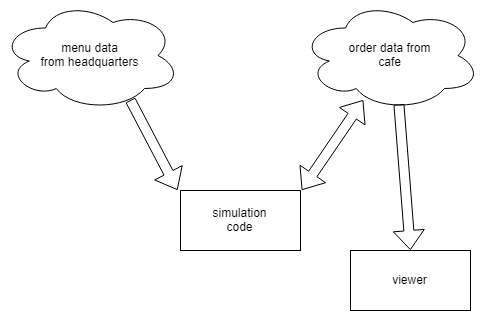
Above: docs/static/System Design.png in charlesj68/microservice-tutorial (draw.io), before the change. Source tidied: cells renumbered, new cells last; positions are measured from the earlier drawing's top-left corner, leaving out a move shared by most shapes. The source it was exported from:
```xml
<mxGraphModel background="#ffffff">
  <root>
    <mxCell id="0" />
    <mxCell id="1" parent="0" />
    <mxCell id="2" value="menu data&lt;br&gt;from headquarters&lt;br&gt;" style="ellipse;shape=cloud;whiteSpace=wrap;html=1;" parent="1" vertex="1">
      <mxGeometry width="180" height="110" as="geometry" />
    </mxCell>
    <mxCell id="3" value="order data from&lt;br&gt;cafe&lt;br&gt;" style="ellipse;shape=cloud;whiteSpace=wrap;html=1;" parent="1" vertex="1">
      <mxGeometry x="300" width="180" height="110" as="geometry" />
    </mxCell>
    <mxCell id="4" value="simulation&lt;br&gt;code&lt;br&gt;" style="rounded=0;whiteSpace=wrap;html=1;" parent="1" vertex="1">
      <mxGeometry x="180" y="190" width="120" height="60" as="geometry" />
    </mxCell>
    <mxCell id="5" value="viewer&lt;br&gt;" style="rounded=0;whiteSpace=wrap;html=1;" parent="1" vertex="1">
      <mxGeometry x="350" y="250" width="120" height="60" as="geometry" />
    </mxCell>
    <mxCell id="6" style="shape=flexArrow;endArrow=classic;html=1;exitX=0.722;exitY=0.9;exitDx=0;exitDy=0;exitPerimeter=0;entryX=-0.025;entryY=0;entryDx=0;entryDy=0;entryPerimeter=0;" parent="1" edge="1" source="2" target="4">
      <mxGeometry relative="1" as="geometry" />
    </mxCell>
    <mxCell id="7" style="shape=flexArrow;endArrow=classic;startArrow=classic;html=1;entryX=0.35;entryY=0.9;entryDx=0;entryDy=0;entryPerimeter=0;exitX=1.008;exitY=-0.017;exitDx=0;exitDy=0;exitPerimeter=0;" parent="1" edge="1" source="4" target="3">
      <mxGeometry relative="1" as="geometry" />
    </mxCell>
    <mxCell id="8" style="shape=flexArrow;endArrow=classic;html=1;exitX=0.55;exitY=0.95;exitDx=0;exitDy=0;exitPerimeter=0;entryX=0.5;entryY=0;entryDx=0;entryDy=0;" parent="1" edge="1" source="3" target="5">
      <mxGeometry relative="1" as="geometry" />
    </mxCell>
  </root>
</mxGraphModel>
```
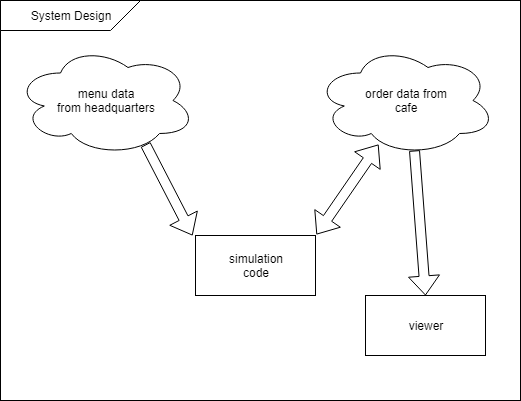
After the change.

Commit message:
Update design diagrams for consistent presentation

Diff of the diagram source:
```diff
@@ -2,6 +2,9 @@
   <root>
     <mxCell id="0" />
     <mxCell id="1" parent="0" />
+    <mxCell id="9" style="rounded=0;whiteSpace=wrap;html=1;" parent="1" vertex="1">
+      <mxGeometry x="-15" y="-45" width="520" height="400" as="geometry" />
+    </mxCell>
     <mxCell id="2" value="menu data&lt;br&gt;from headquarters&lt;br&gt;" style="ellipse;shape=cloud;whiteSpace=wrap;html=1;" parent="1" vertex="1">
       <mxGeometry width="180" height="110" as="geometry" />
     </mxCell>
@@ -23,5 +26,8 @@
     <mxCell id="8" style="shape=flexArrow;endArrow=classic;html=1;exitX=0.55;exitY=0.95;exitDx=0;exitDy=0;exitPerimeter=0;entryX=0.5;entryY=0;entryDx=0;entryDy=0;" parent="1" edge="1" source="3" target="5">
       <mxGeometry relative="1" as="geometry" />
     </mxCell>
+    <mxCell id="10" value="System Design" style="shape=card;whiteSpace=wrap;html=1;flipV=1;flipH=1;" parent="1" vertex="1">
+      <mxGeometry x="-15" y="-45" width="140" height="30" as="geometry" />
+    </mxCell>
   </root>
 </mxGraphModel>
```
